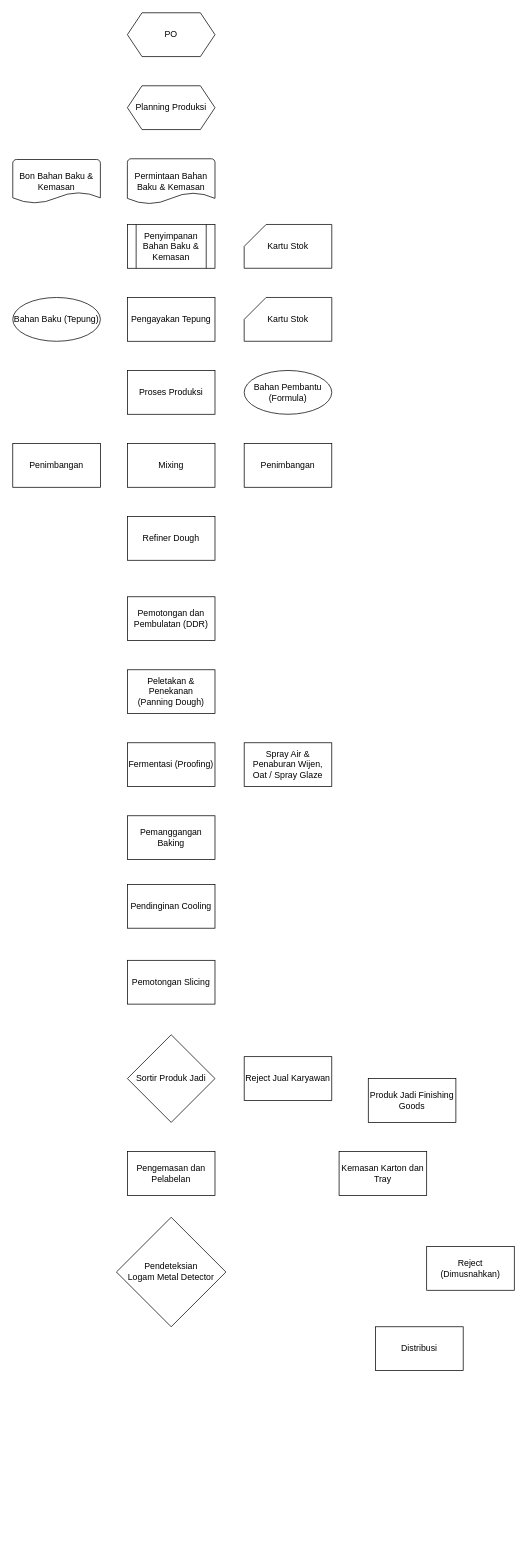
hafizh911/drawio keeps this draw.io diagram as Bun SKL 3.drawio. Above is the earlier version. Source tidied: cells renumbered, new cells numbered last; positions are measured from the earlier drawing's top-left corner, leaving out a move shared by most shapes. Both pictures are drawn from the tidied source at 73%, with x=0, y=0 at pixel (12, 12).
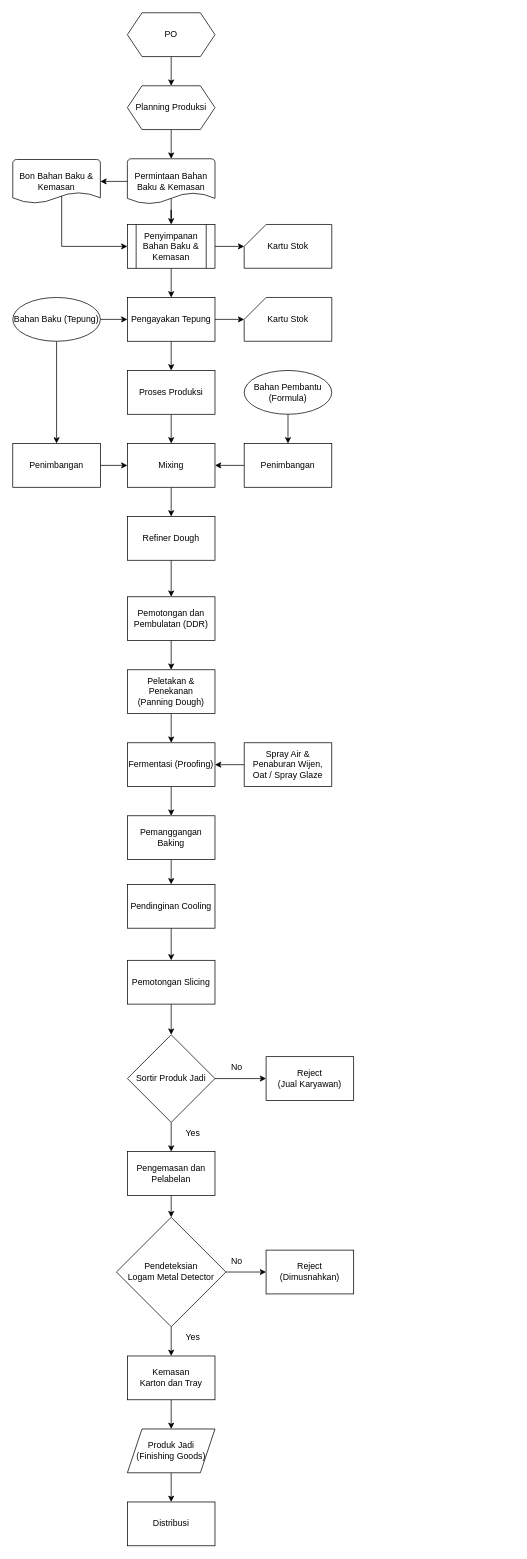
The same diagram, later.

Unchanged cells that the change refers to:
```xml
<mxCell id="2" value="PO" style="shape=hexagon;perimeter=hexagonPerimeter2;whiteSpace=wrap;html=1;fixedSize=1;strokeWidth=1;" parent="1" vertex="1">
  <mxGeometry x="157" width="120" height="60" as="geometry" />
</mxCell>
<mxCell id="3" value="Planning Produksi" style="shape=hexagon;perimeter=hexagonPerimeter2;whiteSpace=wrap;html=1;fixedSize=1;" parent="1" vertex="1">
  <mxGeometry x="157" y="100" width="120" height="60" as="geometry" />
</mxCell>
<mxCell id="4" value="Permintaan Bahan Baku &amp; Kemasan" style="strokeWidth=1;html=1;shape=mxgraph.flowchart.document2;whiteSpace=wrap;size=0.25;" parent="1" vertex="1">
  <mxGeometry x="157" y="200" width="120" height="62" as="geometry" />
</mxCell>
<mxCell id="5" value="Bon Bahan Baku &amp; Kemasan" style="strokeWidth=1;html=1;shape=mxgraph.flowchart.document2;whiteSpace=wrap;size=0.25;" parent="1" vertex="1">
  <mxGeometry y="201" width="120" height="60" as="geometry" />
</mxCell>
<mxCell id="6" value="Penyimpanan Bahan Baku &amp; Kemasan" style="shape=process;whiteSpace=wrap;html=1;backgroundOutline=1;" parent="1" vertex="1">
  <mxGeometry x="157" y="290" width="120" height="60" as="geometry" />
</mxCell>
<mxCell id="7" value="Kartu Stok" style="shape=card;whiteSpace=wrap;html=1;" parent="1" vertex="1">
  <mxGeometry x="317" y="290" width="120" height="60" as="geometry" />
</mxCell>
<mxCell id="8" value="Bahan Baku (Tepung)" style="ellipse;whiteSpace=wrap;html=1;" parent="1" vertex="1">
  <mxGeometry y="390" width="120" height="60" as="geometry" />
</mxCell>
<mxCell id="9" value="Pengayakan Tepung" style="whiteSpace=wrap;strokeWidth=1;" parent="1" vertex="1">
  <mxGeometry x="157" y="390" width="120" height="60" as="geometry" />
</mxCell>
<mxCell id="10" value="Proses Produksi" style="whiteSpace=wrap;strokeWidth=1;" parent="1" vertex="1">
  <mxGeometry x="157" y="490" width="120" height="60" as="geometry" />
</mxCell>
<mxCell id="11" value="Bahan Pembantu (Formula)" style="ellipse;whiteSpace=wrap;html=1;" parent="1" vertex="1">
  <mxGeometry x="317" y="490" width="120" height="60" as="geometry" />
</mxCell>
<mxCell id="12" value="Penimbangan" style="whiteSpace=wrap;strokeWidth=1;" parent="1" vertex="1">
  <mxGeometry x="317" y="590" width="120" height="60" as="geometry" />
</mxCell>
<mxCell id="13" value="Mixing" style="whiteSpace=wrap;strokeWidth=1;" parent="1" vertex="1">
  <mxGeometry x="157" y="590" width="120" height="60" as="geometry" />
</mxCell>
<mxCell id="14" value="Refiner Dough" style="whiteSpace=wrap;strokeWidth=1;" parent="1" vertex="1">
  <mxGeometry x="157" y="690" width="120" height="60" as="geometry" />
</mxCell>
<mxCell id="15" value="Pemotongan dan Pembulatan (DDR)" style="whiteSpace=wrap;strokeWidth=1;" parent="1" vertex="1">
  <mxGeometry x="157" y="800" width="120" height="60" as="geometry" />
</mxCell>
<mxCell id="16" value="Peletakan &amp; Penekanan&#10;(Panning Dough)" style="whiteSpace=wrap;strokeWidth=1;" parent="1" vertex="1">
  <mxGeometry x="157" y="900" width="120" height="60" as="geometry" />
</mxCell>
<mxCell id="17" value="Spray Air &amp; Penaburan Wijen, Oat / Spray Glaze" style="whiteSpace=wrap;strokeWidth=1;" parent="1" vertex="1">
  <mxGeometry x="317" y="1000" width="120" height="60" as="geometry" />
</mxCell>
<mxCell id="18" value="Fermentasi (Proofing)" style="whiteSpace=wrap;strokeWidth=1;" parent="1" vertex="1">
  <mxGeometry x="157" y="1000" width="120" height="60" as="geometry" />
</mxCell>
<mxCell id="19" value="Pemanggangan Baking" style="whiteSpace=wrap;strokeWidth=1;" parent="1" vertex="1">
  <mxGeometry x="157" y="1100" width="120" height="60" as="geometry" />
</mxCell>
<mxCell id="20" value="Pendinginan Cooling" style="whiteSpace=wrap;strokeWidth=1;" parent="1" vertex="1">
  <mxGeometry x="157" y="1194" width="120" height="60" as="geometry" />
</mxCell>
<mxCell id="21" value="Pemotongan Slicing" style="whiteSpace=wrap;strokeWidth=1;" parent="1" vertex="1">
  <mxGeometry x="157" y="1298" width="120" height="60" as="geometry" />
</mxCell>
<mxCell id="22" value="Sortir Produk Jadi" style="rhombus;strokeWidth=1;whiteSpace=wrap;" parent="1" vertex="1">
  <mxGeometry x="157" y="1400" width="120" height="120" as="geometry" />
</mxCell>
<mxCell id="23" value="Pengemasan dan Pelabelan" style="whiteSpace=wrap;strokeWidth=1;" parent="1" vertex="1">
  <mxGeometry x="157" y="1560" width="120" height="60" as="geometry" />
</mxCell>
<mxCell id="25" value="Pendeteksian&#10;Logam Metal Detector" style="rhombus;strokeWidth=1;whiteSpace=wrap;" parent="1" vertex="1">
  <mxGeometry x="142" y="1650" width="150" height="150" as="geometry" />
</mxCell>
<mxCell id="30" value="Kartu Stok" style="shape=card;whiteSpace=wrap;html=1;" parent="1" vertex="1">
  <mxGeometry x="317" y="390" width="120" height="60" as="geometry" />
</mxCell>
<mxCell id="31" value="Penimbangan" style="whiteSpace=wrap;strokeWidth=1;" parent="1" vertex="1">
  <mxGeometry y="590" width="120" height="60" as="geometry" />
</mxCell>
```

The edit, as a diff of the source:
```diff
@@
+    <mxCell id="32" style="edgeStyle=orthogonalEdgeStyle;rounded=0;jettySize=auto;html=1;exitX=0.5;exitY=1;exitDx=0;exitDy=0;exitPerimeter=0;entryX=0.5;entryY=0;entryDx=0;entryDy=0;entryPerimeter=0;" parent="1" edge="1" source="2" target="3">
+      <mxGeometry relative="1" as="geometry" />
+    </mxCell>
@@
+    <mxCell id="33" style="edgeStyle=orthogonalEdgeStyle;rounded=0;jettySize=auto;html=1;exitX=0.5;exitY=1;exitDx=0;exitDy=0;exitPerimeter=0;entryX=0.5;entryY=0;entryDx=0;entryDy=0;entryPerimeter=0;" parent="1" edge="1" source="3" target="4">
+      <mxGeometry relative="1" as="geometry" />
+    </mxCell>
@@
+    <mxCell id="34" style="edgeStyle=orthogonalEdgeStyle;rounded=0;jettySize=auto;html=1;entryX=0.5;entryY=0;entryDx=0;entryDy=0;entryPerimeter=0;exitX=0.5;exitY=0.806;exitDx=0;exitDy=0;exitPerimeter=0;" parent="1" edge="1" source="4" target="6">
+      <mxGeometry relative="1" as="geometry" />
+    </mxCell>
@@
+    <mxCell id="35" style="edgeStyle=orthogonalEdgeStyle;rounded=0;jettySize=auto;html=1;entryX=0;entryY=0.5;entryDx=0;entryDy=0;exitX=0.548;exitY=0.845;exitDx=0;exitDy=0;exitPerimeter=0;" parent="1" edge="1" source="5" target="6">
+      <mxGeometry relative="1" as="geometry">
+        <Array as="points">
+          <mxPoint x="67" y="252" />
+          <mxPoint x="67" y="320" />
+        </Array>
+      </mxGeometry>
+    </mxCell>
@@
+    <mxCell id="36" style="edgeStyle=orthogonalEdgeStyle;rounded=0;jettySize=auto;html=1;exitX=0.5;exitY=1;exitDx=0;exitDy=0;entryX=0.5;entryY=0;entryDx=0;entryDy=0;" parent="1" edge="1" source="6" target="9">
+      <mxGeometry relative="1" as="geometry" />
+    </mxCell>
@@
+    <mxCell id="37" style="edgeStyle=orthogonalEdgeStyle;rounded=0;jettySize=auto;html=1;exitX=1;exitY=0.5;exitDx=0;exitDy=0;entryX=0;entryY=0.5;entryDx=0;entryDy=0;" parent="1" edge="1" source="8" target="9">
+      <mxGeometry relative="1" as="geometry" />
+    </mxCell>
+    <mxCell id="38" style="edgeStyle=orthogonalEdgeStyle;rounded=0;jettySize=auto;html=1;exitX=0.5;exitY=1;exitDx=0;exitDy=0;entryX=0.5;entryY=0;entryDx=0;entryDy=0;" parent="1" edge="1" source="8" target="31">
+      <mxGeometry relative="1" as="geometry" />
+    </mxCell>
@@
+    <mxCell id="39" style="edgeStyle=orthogonalEdgeStyle;rounded=0;jettySize=auto;html=1;exitX=0.5;exitY=1;exitDx=0;exitDy=0;entryX=0.5;entryY=0;entryDx=0;entryDy=0;" parent="1" edge="1" source="9" target="10">
+      <mxGeometry relative="1" as="geometry" />
+    </mxCell>
@@
+    <mxCell id="40" style="edgeStyle=orthogonalEdgeStyle;rounded=0;jettySize=auto;html=1;exitX=0.5;exitY=1;exitDx=0;exitDy=0;entryX=0.5;entryY=0;entryDx=0;entryDy=0;" parent="1" edge="1" source="10" target="13">
+      <mxGeometry relative="1" as="geometry" />
+    </mxCell>
@@
+    <mxCell id="41" style="edgeStyle=orthogonalEdgeStyle;rounded=0;jettySize=auto;html=1;exitX=0.5;exitY=1;exitDx=0;exitDy=0;entryX=0.5;entryY=0;entryDx=0;entryDy=0;" parent="1" edge="1" source="11" target="12">
+      <mxGeometry relative="1" as="geometry" />
+    </mxCell>
@@
+    <mxCell id="42" style="edgeStyle=orthogonalEdgeStyle;rounded=0;jettySize=auto;html=1;exitX=0;exitY=0.5;exitDx=0;exitDy=0;entryX=1;entryY=0.5;entryDx=0;entryDy=0;" parent="1" edge="1" source="12" target="13">
+      <mxGeometry relative="1" as="geometry" />
+    </mxCell>
@@
+    <mxCell id="43" style="edgeStyle=orthogonalEdgeStyle;rounded=0;jettySize=auto;html=1;exitX=0.5;exitY=1;exitDx=0;exitDy=0;entryX=0.5;entryY=0;entryDx=0;entryDy=0;" parent="1" edge="1" source="13" target="14">
+      <mxGeometry relative="1" as="geometry" />
+    </mxCell>
@@
+    <mxCell id="44" style="edgeStyle=orthogonalEdgeStyle;rounded=0;jettySize=auto;html=1;exitX=0.5;exitY=1;exitDx=0;exitDy=0;entryX=0.5;entryY=0;entryDx=0;entryDy=0;" parent="1" edge="1" source="14" target="15">
+      <mxGeometry relative="1" as="geometry" />
+    </mxCell>
@@
+    <mxCell id="45" style="edgeStyle=orthogonalEdgeStyle;rounded=0;jettySize=auto;html=1;exitX=0.5;exitY=1;exitDx=0;exitDy=0;entryX=0.5;entryY=0;entryDx=0;entryDy=0;" parent="1" edge="1" source="15" target="16">
+      <mxGeometry relative="1" as="geometry" />
+    </mxCell>
@@
+    <mxCell id="46" style="edgeStyle=orthogonalEdgeStyle;rounded=0;jettySize=auto;html=1;exitX=0.5;exitY=1;exitDx=0;exitDy=0;entryX=0.5;entryY=0;entryDx=0;entryDy=0;" parent="1" edge="1" source="16" target="18">
+      <mxGeometry relative="1" as="geometry" />
+    </mxCell>
@@
+    <mxCell id="47" style="edgeStyle=orthogonalEdgeStyle;rounded=0;jettySize=auto;html=1;exitX=0;exitY=0.5;exitDx=0;exitDy=0;entryX=1;entryY=0.5;entryDx=0;entryDy=0;" parent="1" edge="1" source="17" target="18">
+      <mxGeometry relative="1" as="geometry" />
+    </mxCell>
@@
+    <mxCell id="48" style="edgeStyle=orthogonalEdgeStyle;rounded=0;jettySize=auto;html=1;exitX=0.5;exitY=1;exitDx=0;exitDy=0;entryX=0.5;entryY=0;entryDx=0;entryDy=0;" parent="1" edge="1" source="18" target="19">
+      <mxGeometry relative="1" as="geometry" />
+    </mxCell>
@@
+    <mxCell id="49" style="edgeStyle=orthogonalEdgeStyle;rounded=0;jettySize=auto;html=1;exitX=0.5;exitY=1;exitDx=0;exitDy=0;entryX=0.5;entryY=0;entryDx=0;entryDy=0;" parent="1" edge="1" source="19" target="20">
+      <mxGeometry relative="1" as="geometry" />
+    </mxCell>
@@
+    <mxCell id="50" style="edgeStyle=orthogonalEdgeStyle;rounded=0;jettySize=auto;html=1;exitX=0.5;exitY=1;exitDx=0;exitDy=0;entryX=0.5;entryY=0;entryDx=0;entryDy=0;" parent="1" edge="1" source="20" target="21">
+      <mxGeometry relative="1" as="geometry" />
+    </mxCell>
@@
+    <mxCell id="51" style="edgeStyle=orthogonalEdgeStyle;rounded=0;jettySize=auto;html=1;exitX=0.5;exitY=1;exitDx=0;exitDy=0;entryX=0.5;entryY=0;entryDx=0;entryDy=0;" parent="1" edge="1" source="21" target="22">
+      <mxGeometry relative="1" as="geometry" />
+    </mxCell>
@@
+    <mxCell id="52" style="edgeStyle=orthogonalEdgeStyle;rounded=0;jettySize=auto;html=1;exitX=1;exitY=0.5;exitDx=0;exitDy=0;entryX=0;entryY=0.5;entryDx=0;entryDy=0;" parent="1" edge="1" source="22" target="24">
+      <mxGeometry relative="1" as="geometry" />
+    </mxCell>
+    <mxCell id="53" style="edgeStyle=orthogonalEdgeStyle;rounded=0;jettySize=auto;html=1;exitX=0.5;exitY=1;exitDx=0;exitDy=0;entryX=0.5;entryY=0;entryDx=0;entryDy=0;" parent="1" edge="1" source="22" target="23">
+      <mxGeometry relative="1" as="geometry" />
+    </mxCell>
@@
+    <mxCell id="54" style="edgeStyle=orthogonalEdgeStyle;rounded=0;jettySize=auto;html=1;exitX=0.5;exitY=1;exitDx=0;exitDy=0;entryX=0.5;entryY=0;entryDx=0;entryDy=0;" parent="1" edge="1" source="23" target="25">
+      <mxGeometry relative="1" as="geometry" />
+    </mxCell>
@@
-    <mxCell id="24" value="Reject Jual Karyawan" style="whiteSpace=wrap;strokeWidth=1;" parent="1" vertex="1">
-      <mxGeometry x="317" y="1430" width="120" height="60" as="geometry" />
+    <mxCell id="24" value="Reject &#10;(Jual Karyawan)" style="whiteSpace=wrap;strokeWidth=1;" parent="1" vertex="1">
+      <mxGeometry x="347" y="1430" width="120" height="60" as="geometry" />
     </mxCell>
+    <mxCell id="55" style="edgeStyle=orthogonalEdgeStyle;rounded=0;jettySize=auto;html=1;exitX=1;exitY=0.5;exitDx=0;exitDy=0;entryX=0;entryY=0.5;entryDx=0;entryDy=0;" parent="1" edge="1" source="25" target="27">
+      <mxGeometry relative="1" as="geometry" />
+    </mxCell>
+    <mxCell id="56" style="edgeStyle=orthogonalEdgeStyle;rounded=0;jettySize=auto;html=1;exitX=0.5;exitY=1;exitDx=0;exitDy=0;entryX=0.5;entryY=0;entryDx=0;entryDy=0;" parent="1" edge="1" source="25" target="28">
+      <mxGeometry relative="1" as="geometry" />
+    </mxCell>
@@
+    <mxCell id="57" style="edgeStyle=orthogonalEdgeStyle;rounded=0;jettySize=auto;html=1;exitX=0.5;exitY=1;exitDx=0;exitDy=0;entryX=0.5;entryY=0;entryDx=0;entryDy=0;" parent="1" edge="1" source="26" target="29">
+      <mxGeometry relative="1" as="geometry" />
+    </mxCell>
-    <mxCell id="26" value="Produk Jadi Finishing Goods" style="whiteSpace=wrap;strokeWidth=1;" parent="1" vertex="1">
-      <mxGeometry x="487" y="1460" width="120" height="60" as="geometry" />
+    <mxCell id="26" value="Produk Jadi&#10;(Finishing Goods)" style="shape=parallelogram;perimeter=parallelogramPerimeter;whiteSpace=wrap;html=1;fixedSize=1;" parent="1" vertex="1">
+      <mxGeometry x="157" y="1940" width="120" height="60" as="geometry" />
     </mxCell>
     <mxCell id="27" value="Reject (Dimusnahkan)" style="whiteSpace=wrap;strokeWidth=1;" parent="1" vertex="1">
-      <mxGeometry x="567" y="1690" width="120" height="60" as="geometry" />
+      <mxGeometry x="347" y="1695" width="120" height="60" as="geometry" />
     </mxCell>
+    <mxCell id="58" style="edgeStyle=orthogonalEdgeStyle;rounded=0;jettySize=auto;html=1;exitX=0.5;exitY=1;exitDx=0;exitDy=0;entryX=0.5;entryY=0;entryDx=0;entryDy=0;" parent="1" edge="1" source="28" target="26">
+      <mxGeometry relative="1" as="geometry" />
+    </mxCell>
-    <mxCell id="28" value="Kemasan Karton dan Tray" style="whiteSpace=wrap;strokeWidth=1;" parent="1" vertex="1">
-      <mxGeometry x="447" y="1560" width="120" height="60" as="geometry" />
+    <mxCell id="28" value="Kemasan&#10;Karton dan Tray" style="whiteSpace=wrap;strokeWidth=1;" parent="1" vertex="1">
+      <mxGeometry x="157" y="1840" width="120" height="60" as="geometry" />
     </mxCell>
     <mxCell id="29" value="Distribusi" style="whiteSpace=wrap;strokeWidth=1;" parent="1" vertex="1">
-      <mxGeometry x="497" y="1800" width="120" height="60" as="geometry" />
+      <mxGeometry x="157" y="2040" width="120" height="60" as="geometry" />
     </mxCell>
@@
+    <mxCell id="59" style="edgeStyle=orthogonalEdgeStyle;rounded=0;jettySize=auto;html=1;exitX=1;exitY=0.5;exitDx=0;exitDy=0;entryX=0;entryY=0.5;entryDx=0;entryDy=0;" parent="1" edge="1" source="31" target="13">
+      <mxGeometry relative="1" as="geometry" />
+    </mxCell>
@@
+    <mxCell id="60" style="edgeStyle=orthogonalEdgeStyle;rounded=0;jettySize=auto;html=1;exitX=0;exitY=0.5;exitDx=0;exitDy=0;exitPerimeter=0;entryX=1;entryY=0.5;entryDx=0;entryDy=0;entryPerimeter=0;" parent="1" edge="1" source="4" target="5">
+      <mxGeometry relative="1" as="geometry" />
+    </mxCell>
+    <mxCell id="61" style="edgeStyle=orthogonalEdgeStyle;rounded=0;jettySize=auto;html=1;exitX=1;exitY=0.5;exitDx=0;exitDy=0;entryX=0;entryY=0;entryDx=0;entryDy=30;entryPerimeter=0;" parent="1" edge="1" source="6" target="7">
+      <mxGeometry relative="1" as="geometry" />
+    </mxCell>
+    <mxCell id="62" style="edgeStyle=orthogonalEdgeStyle;rounded=0;jettySize=auto;html=1;exitX=1;exitY=0.5;exitDx=0;exitDy=0;entryX=0;entryY=0;entryDx=0;entryDy=30;entryPerimeter=0;" parent="1" edge="1" source="9" target="30">
+      <mxGeometry relative="1" as="geometry" />
+    </mxCell>
+    <mxCell id="63" value="No" style="text;html=1;align=center;verticalAlign=middle;whiteSpace=wrap;rounded=0;" parent="1" vertex="1">
+      <mxGeometry x="277" y="1430" width="60" height="30" as="geometry" />
+    </mxCell>
+    <mxCell id="64" value="No" style="text;html=1;align=center;verticalAlign=middle;whiteSpace=wrap;rounded=0;" parent="1" vertex="1">
+      <mxGeometry x="277" y="1695" width="60" height="30" as="geometry" />
+    </mxCell>
+    <mxCell id="65" value="Yes" style="text;html=1;align=center;verticalAlign=middle;whiteSpace=wrap;rounded=0;" parent="1" vertex="1">
+      <mxGeometry x="217" y="1800" width="60" height="30" as="geometry" />
+    </mxCell>
+    <mxCell id="66" value="Yes" style="text;html=1;align=center;verticalAlign=middle;whiteSpace=wrap;rounded=0;" parent="1" vertex="1">
+      <mxGeometry x="217" y="1520" width="60" height="30" as="geometry" />
+    </mxCell>
```
